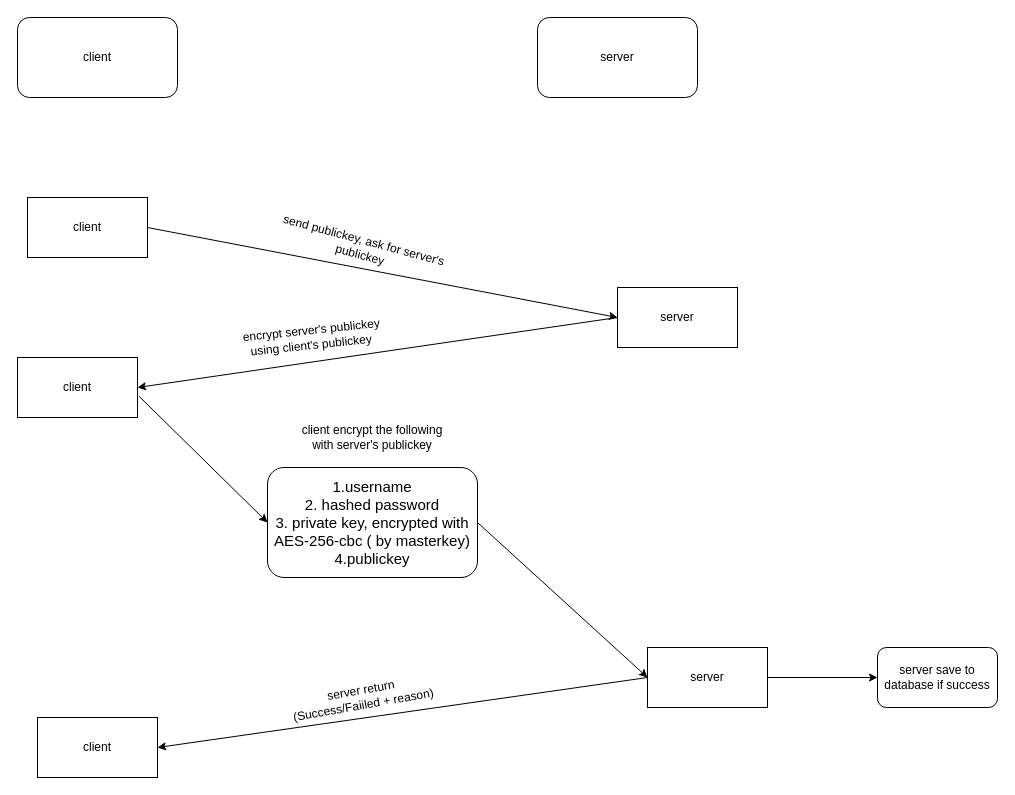
This is register.drawio from phmngcthanh/155, a draw.io file, before an edit. Source tidied: cells renumbered, new cells numbered last; positions are measured from the earlier drawing's top-left corner, leaving out a move shared by most shapes. Both pictures are drawn from the tidied source at 100%, with x=0, y=0 at pixel (17, 17).
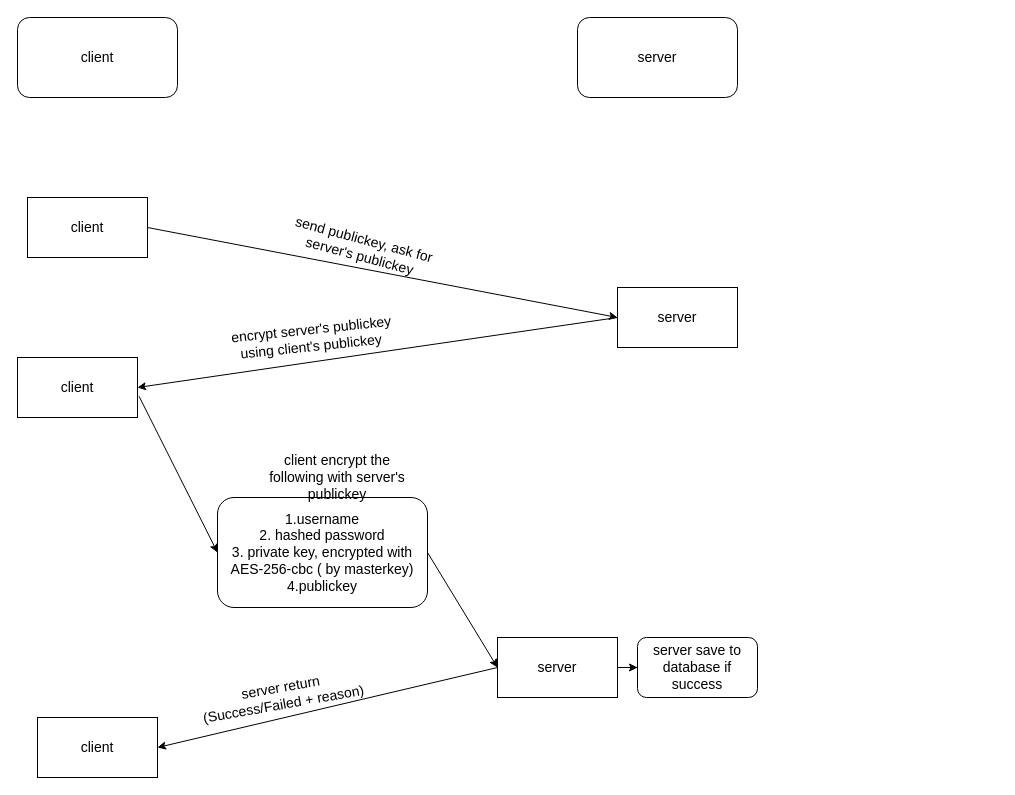
After the change.

The edit, as a diff of the source:
```diff
@@
-    <mxCell id="2" value="&lt;div style=&quot;&quot;&gt;&lt;span style=&quot;font-size: 15px&quot;&gt;1.username&lt;/span&gt;&lt;/div&gt;&lt;font style=&quot;font-size: 15px&quot;&gt;&lt;div style=&quot;&quot;&gt;&lt;span&gt;2. hashed password&lt;/span&gt;&lt;/div&gt;&lt;div style=&quot;&quot;&gt;&lt;span&gt;3. private key, encrypted with AES-256-cbc ( by masterkey)&lt;/span&gt;&lt;/div&gt;&lt;div style=&quot;&quot;&gt;&lt;span&gt;4.publickey&lt;/span&gt;&lt;/div&gt;&lt;/font&gt;" style="rounded=1;whiteSpace=wrap;html=1;align=center;" parent="1" vertex="1">
-      <mxGeometry x="250" y="450" width="210" height="110" as="geometry" />
+    <mxCell id="2" value="&lt;div style=&quot;font-size: 14px;&quot;&gt;&lt;span style=&quot;font-size: 14px;&quot;&gt;1.username&lt;/span&gt;&lt;/div&gt;&lt;font style=&quot;font-size: 14px;&quot;&gt;&lt;div style=&quot;font-size: 14px;&quot;&gt;&lt;span style=&quot;font-size: 14px;&quot;&gt;2. hashed password&lt;/span&gt;&lt;/div&gt;&lt;div style=&quot;font-size: 14px;&quot;&gt;&lt;span style=&quot;font-size: 14px;&quot;&gt;3. private key, encrypted with AES-256-cbc ( by masterkey)&lt;/span&gt;&lt;/div&gt;&lt;div style=&quot;font-size: 14px;&quot;&gt;&lt;span style=&quot;font-size: 14px;&quot;&gt;4.publickey&lt;/span&gt;&lt;/div&gt;&lt;/font&gt;" style="rounded=1;whiteSpace=wrap;html=1;align=center;fontSize=14;" parent="1" vertex="1">
+      <mxGeometry x="200" y="480" width="210" height="110" as="geometry" />
     </mxCell>
-    <mxCell id="3" value="client" style="rounded=1;whiteSpace=wrap;html=1;align=center;" parent="1" vertex="1">
+    <mxCell id="3" value="client" style="rounded=1;whiteSpace=wrap;html=1;align=center;fontSize=14;" parent="1" vertex="1">
       <mxGeometry width="160" height="80" as="geometry" />
     </mxCell>
-    <mxCell id="4" value="server" style="rounded=1;whiteSpace=wrap;html=1;align=center;" parent="1" vertex="1">
-      <mxGeometry x="520" width="160" height="80" as="geometry" />
+    <mxCell id="4" value="server" style="rounded=1;whiteSpace=wrap;html=1;align=center;fontSize=14;" parent="1" vertex="1">
+      <mxGeometry x="560" width="160" height="80" as="geometry" />
     </mxCell>
-    <mxCell id="5" value="client" style="rounded=0;whiteSpace=wrap;html=1;align=center;" parent="1" vertex="1">
+    <mxCell id="5" value="client" style="rounded=0;whiteSpace=wrap;html=1;align=center;fontSize=14;" parent="1" vertex="1">
       <mxGeometry x="10" y="180" width="120" height="60" as="geometry" />
     </mxCell>
-    <mxCell id="6" value="server" style="rounded=0;whiteSpace=wrap;html=1;align=center;" parent="1" vertex="1">
+    <mxCell id="6" value="server" style="rounded=0;whiteSpace=wrap;html=1;align=center;fontSize=14;" parent="1" vertex="1">
       <mxGeometry x="600" y="270" width="120" height="60" as="geometry" />
     </mxCell>
-    <mxCell id="7" value="client" style="rounded=0;whiteSpace=wrap;html=1;align=center;" parent="1" vertex="1">
+    <mxCell id="7" value="client" style="rounded=0;whiteSpace=wrap;html=1;align=center;fontSize=14;" parent="1" vertex="1">
       <mxGeometry y="340" width="120" height="60" as="geometry" />
     </mxCell>
-    <mxCell id="8" style="edgeStyle=orthogonalEdgeStyle;rounded=0;jettySize=auto;html=1;exitX=1;exitY=0.5;exitDx=0;exitDy=0;" parent="1" edge="1" source="9" target="20">
+    <mxCell id="8" style="edgeStyle=orthogonalEdgeStyle;rounded=0;jettySize=auto;html=1;exitX=1;exitY=0.5;exitDx=0;exitDy=0;fontSize=14;" parent="1" edge="1" source="9" target="20">
       <mxGeometry relative="1" as="geometry" />
     </mxCell>
-    <mxCell id="9" value="server" style="rounded=0;whiteSpace=wrap;html=1;align=center;" parent="1" vertex="1">
-      <mxGeometry x="630" y="630" width="120" height="60" as="geometry" />
+    <mxCell id="9" value="server" style="rounded=0;whiteSpace=wrap;html=1;align=center;fontSize=14;" parent="1" vertex="1">
+      <mxGeometry x="480" y="620" width="120" height="60" as="geometry" />
     </mxCell>
-    <mxCell id="10" value="client" style="rounded=0;whiteSpace=wrap;html=1;align=center;" parent="1" vertex="1">
+    <mxCell id="10" value="client" style="rounded=0;whiteSpace=wrap;html=1;align=center;fontSize=14;" parent="1" vertex="1">
       <mxGeometry x="20" y="700" width="120" height="60" as="geometry" />
     </mxCell>
-    <mxCell id="11" style="endArrow=classic;html=1;exitX=1;exitY=0.5;exitDx=0;exitDy=0;entryX=0;entryY=0.5;entryDx=0;entryDy=0;" parent="1" edge="1" source="5" target="6">
+    <mxCell id="11" style="endArrow=classic;html=1;exitX=1;exitY=0.5;exitDx=0;exitDy=0;entryX=0;entryY=0.5;entryDx=0;entryDy=0;fontSize=14;" parent="1" edge="1" source="5" target="6">
       <mxGeometry relative="1" as="geometry" />
     </mxCell>
-    <mxCell id="12" value="send publickey, ask for server's publickey&lt;br&gt;" style="text;html=1;strokeColor=none;fillColor=none;align=center;verticalAlign=middle;whiteSpace=wrap;rounded=0;rotation=15;" parent="1" vertex="1">
+    <mxCell id="12" value="send publickey, ask for server's publickey&lt;br style=&quot;font-size: 14px;&quot;&gt;" style="text;html=1;strokeColor=none;fillColor=none;align=center;verticalAlign=middle;whiteSpace=wrap;rounded=0;rotation=15;fontSize=14;" parent="1" vertex="1">
       <mxGeometry x="250" y="210" width="190" height="40" as="geometry" />
     </mxCell>
-    <mxCell id="13" style="endArrow=classic;html=1;entryX=1;entryY=0.5;entryDx=0;entryDy=0;exitX=0;exitY=0.5;exitDx=0;exitDy=0;" parent="1" edge="1" source="6" target="7">
+    <mxCell id="13" style="endArrow=classic;html=1;entryX=1;entryY=0.5;entryDx=0;entryDy=0;exitX=0;exitY=0.5;exitDx=0;exitDy=0;fontSize=14;" parent="1" edge="1" source="6" target="7">
       <mxGeometry relative="1" as="geometry" />
     </mxCell>
-    <mxCell id="14" value="encrypt server's publickey using client's publickey&amp;nbsp;" style="text;html=1;strokeColor=none;fillColor=none;align=center;verticalAlign=middle;whiteSpace=wrap;rounded=0;rotation=-6;" parent="1" vertex="1">
+    <mxCell id="14" value="encrypt server's publickey using client's publickey&amp;nbsp;" style="text;html=1;strokeColor=none;fillColor=none;align=center;verticalAlign=middle;whiteSpace=wrap;rounded=0;rotation=-6;fontSize=14;" parent="1" vertex="1">
       <mxGeometry x="210" y="310" width="170" height="20" as="geometry" />
     </mxCell>
-    <mxCell id="15" style="endArrow=classic;html=1;entryX=0;entryY=0.5;entryDx=0;entryDy=0;exitX=1;exitY=0.5;exitDx=0;exitDy=0;" parent="1" edge="1" source="2" target="9">
+    <mxCell id="15" style="endArrow=classic;html=1;entryX=0;entryY=0.5;entryDx=0;entryDy=0;exitX=1;exitY=0.5;exitDx=0;exitDy=0;fontSize=14;" parent="1" edge="1" source="2" target="9">
       <mxGeometry relative="1" as="geometry" />
     </mxCell>
-    <mxCell id="16" style="endArrow=classic;html=1;entryX=0;entryY=0.5;entryDx=0;entryDy=0;exitX=1.013;exitY=0.646;exitDx=0;exitDy=0;exitPerimeter=0;" parent="1" edge="1" source="7" target="2">
+    <mxCell id="16" style="endArrow=classic;html=1;entryX=0;entryY=0.5;entryDx=0;entryDy=0;exitX=1.013;exitY=0.646;exitDx=0;exitDy=0;exitPerimeter=0;fontSize=14;" parent="1" edge="1" source="7" target="2">
       <mxGeometry relative="1" as="geometry" />
     </mxCell>
-    <mxCell id="17" value="client encrypt the following with server's publickey" style="text;html=1;strokeColor=none;fillColor=none;align=center;verticalAlign=middle;whiteSpace=wrap;rounded=0;" parent="1" vertex="1">
-      <mxGeometry x="275" y="410" width="160" height="20" as="geometry" />
+    <mxCell id="17" value="client encrypt the following with server's publickey" style="text;html=1;strokeColor=none;fillColor=none;align=center;verticalAlign=middle;whiteSpace=wrap;rounded=0;fontSize=14;" parent="1" vertex="1">
+      <mxGeometry x="240" y="450" width="160" height="20" as="geometry" />
     </mxCell>
-    <mxCell id="18" style="endArrow=classic;html=1;entryX=1;entryY=0.5;entryDx=0;entryDy=0;exitX=0;exitY=0.5;exitDx=0;exitDy=0;" parent="1" edge="1" source="9" target="10">
+    <mxCell id="18" style="endArrow=classic;html=1;entryX=1;entryY=0.5;entryDx=0;entryDy=0;exitX=0;exitY=0.5;exitDx=0;exitDy=0;fontSize=14;" parent="1" edge="1" source="9" target="10">
       <mxGeometry relative="1" as="geometry" />
     </mxCell>
-    <mxCell id="19" value="server return (Success/Faiiled + reason)" style="text;html=1;strokeColor=none;fillColor=none;align=center;verticalAlign=middle;whiteSpace=wrap;rounded=0;rotation=-10;" parent="1" vertex="1">
-      <mxGeometry x="270" y="670" width="150" height="20" as="geometry" />
+    <mxCell id="19" value="server return (Success/Failed + reason)" style="text;html=1;strokeColor=none;fillColor=none;align=center;verticalAlign=middle;whiteSpace=wrap;rounded=0;rotation=-10;fontSize=14;" parent="1" vertex="1">
+      <mxGeometry x="179.8" y="668.3" width="170" height="20" as="geometry" />
     </mxCell>
-    <mxCell id="20" value="server save to database if success" style="rounded=1;whiteSpace=wrap;html=1;align=center;" parent="1" vertex="1">
-      <mxGeometry x="860" y="630" width="120" height="60" as="geometry" />
+    <mxCell id="20" value="server save to database if success" style="rounded=1;whiteSpace=wrap;html=1;align=center;fontSize=14;" parent="1" vertex="1">
+      <mxGeometry x="620" y="620" width="120" height="60" as="geometry" />
     </mxCell>
```
